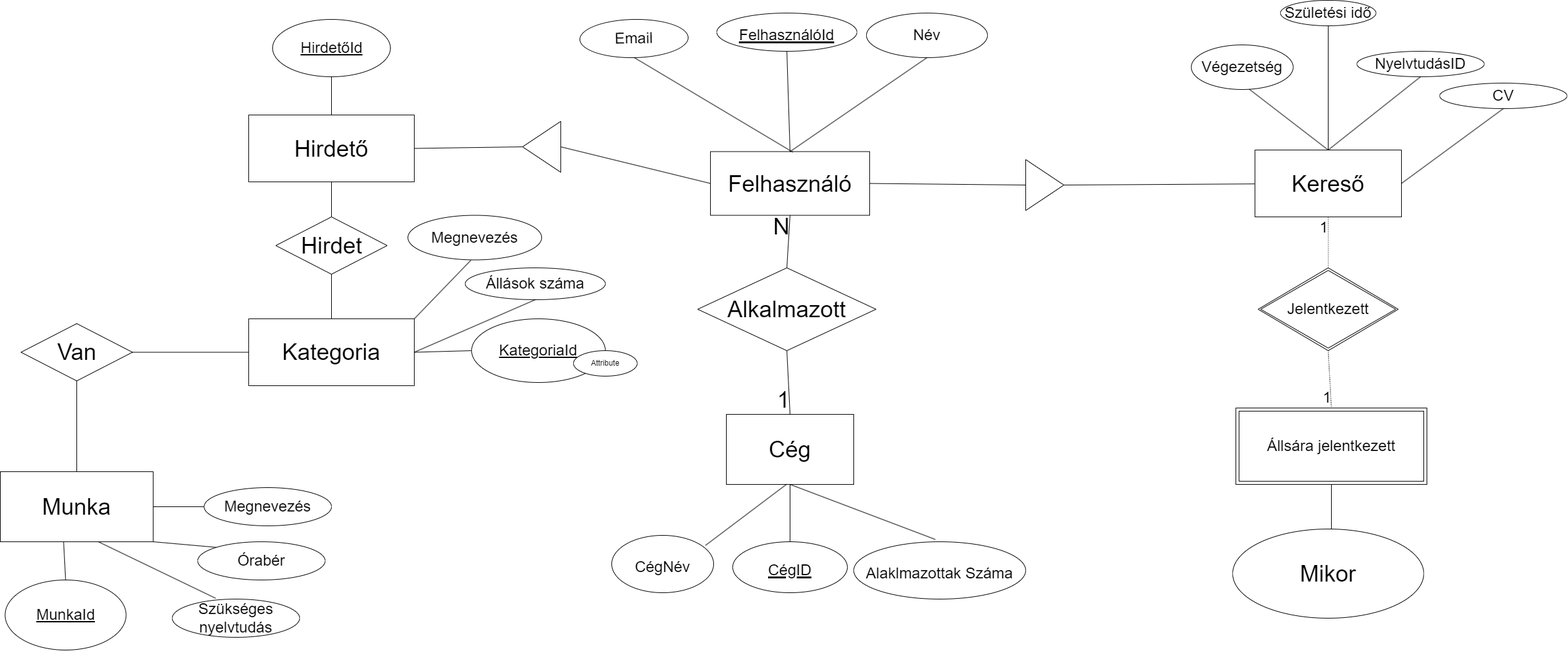
Earlier version of the draw.io export Dokumentéció/EK.png (Rudnay07/AdatBazisAlpuRendszerek). Source tidied: cells renumbered, new cells last; positions are measured from the earlier drawing's top-left corner, leaving out a move shared by most shapes.
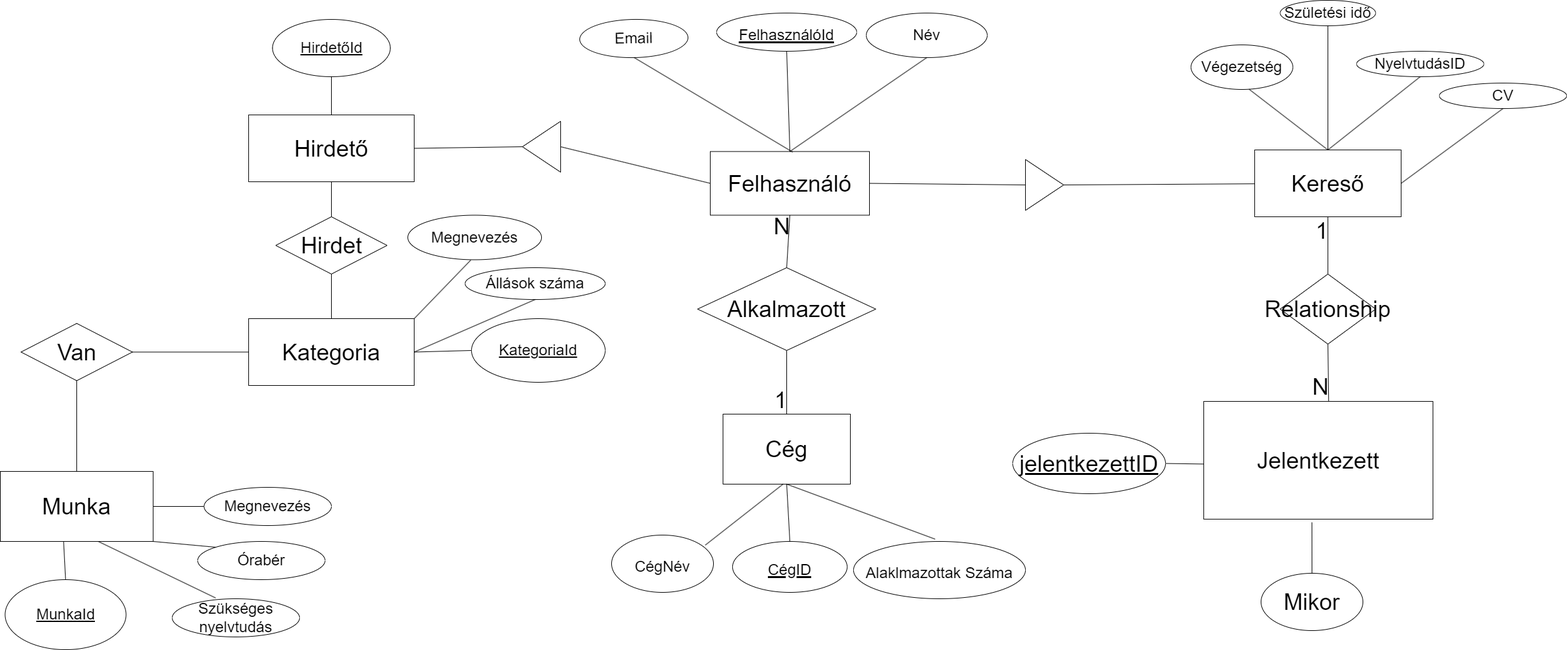
After the change.

Diff of the diagram source:
```diff
@@ -6,7 +6,7 @@
       <mxGeometry x="1115" y="237.5" width="250" height="100" as="geometry" />
     </mxCell>
     <mxCell id="3" value="&lt;font style=&quot;font-size: 36px;&quot;&gt;Cég&lt;/font&gt;" style="rounded=0;whiteSpace=wrap;html=1;" parent="1" vertex="1">
-      <mxGeometry x="1140" y="650" width="200" height="110" as="geometry" />
+      <mxGeometry x="1135" y="650" width="200" height="110" as="geometry" />
     </mxCell>
     <mxCell id="4" value="&lt;font style=&quot;font-size: 36px;&quot;&gt;Munka&lt;/font&gt;" style="rounded=0;whiteSpace=wrap;html=1;" parent="1" vertex="1">
       <mxGeometry y="740" width="240" height="110" as="geometry" />
@@ -184,36 +184,37 @@
     <mxCell id="61" style="endArrow=none;html=1;rounded=0;fontSize=24;entryX=0.5;entryY=0;entryDx=0;entryDy=0;exitX=0.5;exitY=1;exitDx=0;exitDy=0;" parent="1" edge="1" source="59" target="4">
       <mxGeometry relative="1" as="geometry" />
     </mxCell>
-    <mxCell id="62" value="Állsára jelentkezett" style="shape=ext;margin=3;double=1;whiteSpace=wrap;html=1;align=center;fontSize=24;" parent="1" vertex="1">
-      <mxGeometry x="1940" y="640" width="300" height="120" as="geometry" />
-    </mxCell>
-    <mxCell id="63" value="Jelentkezett" style="shape=rhombus;double=1;perimeter=rhombusPerimeter;whiteSpace=wrap;html=1;align=center;fontSize=24;" parent="1" vertex="1">
-      <mxGeometry x="1975" y="420" width="220" height="130" as="geometry" />
+    <mxCell id="63" value="Jelentkezett" style="whiteSpace=wrap;html=1;align=center;fontSize=36;" parent="1" vertex="1">
+      <mxGeometry x="1890" y="630" width="360" height="185" as="geometry" />
     </mxCell>
-    <mxCell id="64" style="endArrow=none;html=1;rounded=0;dashed=1;dashPattern=1 2;fontSize=24;exitX=0.5;exitY=1;exitDx=0;exitDy=0;entryX=0.5;entryY=0;entryDx=0;entryDy=0;" parent="1" edge="1" source="63" target="62">
-      <mxGeometry relative="1" as="geometry" />
-    </mxCell>
-    <mxCell id="65" value="1" style="html=1;align=right;verticalAlign=bottom;fontSize=24;" parent="64" vertex="1">
-      <mxGeometry x="1" relative="1" as="geometry" />
-    </mxCell>
-    <mxCell id="66" style="endArrow=none;html=1;rounded=0;dashed=1;dashPattern=1 2;fontSize=24;entryX=0.5;entryY=1;entryDx=0;entryDy=0;exitX=0.5;exitY=0;exitDx=0;exitDy=0;" parent="1" edge="1" source="63" target="6">
-      <mxGeometry relative="1" as="geometry" />
-    </mxCell>
-    <mxCell id="67" value="1" style="html=1;align=right;verticalAlign=bottom;fontSize=24;" parent="66" vertex="1">
-      <mxGeometry x="1" relative="1" as="geometry">
-        <mxPoint y="33" as="offset" />
-      </mxGeometry>
-    </mxCell>
-    <mxCell id="68" style="endArrow=none;html=1;rounded=0;fontSize=24;entryX=0.5;entryY=1;entryDx=0;entryDy=0;exitX=0.5;exitY=0;exitDx=0;exitDy=0;" parent="1" edge="1" target="62">
-      <mxGeometry relative="1" as="geometry">
-        <mxPoint x="2090" y="845" as="sourcePoint" />
-      </mxGeometry>
-    </mxCell>
-    <mxCell id="69" value="Attribute" style="ellipse;whiteSpace=wrap;html=1;align=center;" parent="1" vertex="1">
-      <mxGeometry x="900" y="550" width="100" height="40" as="geometry" />
-    </mxCell>
+    <mxCell id="71" value="Relationship" style="shape=rhombus;perimeter=rhombusPerimeter;whiteSpace=wrap;html=1;align=center;fontSize=36;" parent="1" vertex="1">
+      <mxGeometry x="2010" y="430" width="150" height="110" as="geometry" />
+    </mxCell>
+    <mxCell id="72" style="endArrow=none;html=1;rounded=0;fontSize=36;entryX=0.5;entryY=1;entryDx=0;entryDy=0;" parent="1" edge="1" source="71" target="6">
+      <mxGeometry relative="1" as="geometry" />
+    </mxCell>
+    <mxCell id="73" value="1" style="html=1;align=right;verticalAlign=bottom;fontSize=36;" parent="72" vertex="1">
+      <mxGeometry x="1" relative="1" as="geometry">
+        <mxPoint y="45" as="offset" />
+      </mxGeometry>
+    </mxCell>
+    <mxCell id="74" style="endArrow=none;html=1;rounded=0;fontSize=36;entryX=0.545;entryY=-0.004;entryDx=0;entryDy=0;entryPerimeter=0;exitX=0.5;exitY=1;exitDx=0;exitDy=0;" parent="1" edge="1" source="71" target="63">
+      <mxGeometry relative="1" as="geometry" />
+    </mxCell>
+    <mxCell id="75" value="N" style="html=1;align=right;verticalAlign=bottom;fontSize=36;" parent="74" vertex="1">
+      <mxGeometry x="1" relative="1" as="geometry" />
+    </mxCell>
+    <mxCell id="76" style="endArrow=none;html=1;rounded=0;fontSize=36;entryX=0.001;entryY=0.532;entryDx=0;entryDy=0;entryPerimeter=0;exitX=1;exitY=0.5;exitDx=0;exitDy=0;" parent="1" edge="1" source="77" target="63">
+      <mxGeometry relative="1" as="geometry" />
+    </mxCell>
+    <mxCell id="77" value="jelentkezettID" style="ellipse;whiteSpace=wrap;html=1;align=center;fontStyle=4;fontSize=36;" parent="1" vertex="1">
+      <mxGeometry x="1590" y="680" width="240" height="95" as="geometry" />
+    </mxCell>
-    <mxCell id="70" value="&lt;font style=&quot;font-size: 36px;&quot;&gt;Mikor&lt;/font&gt;" style="ellipse;whiteSpace=wrap;html=1;align=center;" parent="1" vertex="1">
-      <mxGeometry x="1935" y="830" width="300" height="140" as="geometry" />
+    <mxCell id="70" value="Mikor" style="ellipse;whiteSpace=wrap;html=1;align=center;fontSize=36;" parent="1" vertex="1">
+      <mxGeometry x="1980" y="900" width="160" height="90" as="geometry" />
     </mxCell>
+    <mxCell id="78" style="endArrow=none;html=1;rounded=0;fontSize=36;exitX=0.5;exitY=0;exitDx=0;exitDy=0;entryX=0.472;entryY=1.027;entryDx=0;entryDy=0;entryPerimeter=0;" parent="1" edge="1" source="70" target="63">
+      <mxGeometry relative="1" as="geometry" />
+    </mxCell>
   </root>
 </mxGraphModel>
```
